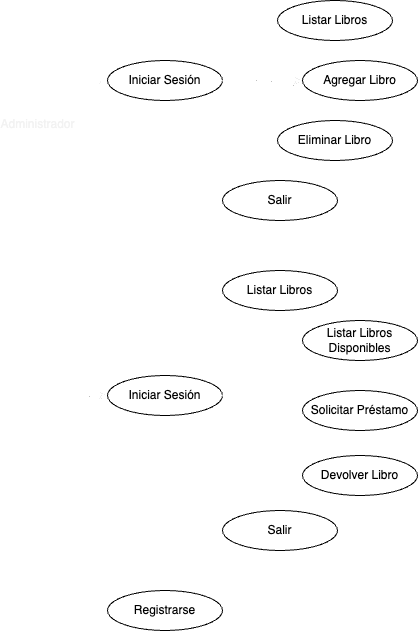
This is images/actores.png from Wueisman/obligatorioPhp, a draw.io export, as it was before one commit. Source tidied: cells renumbered, new cells last; positions are measured from the earlier drawing's top-left corner, leaving out a move shared by most shapes.
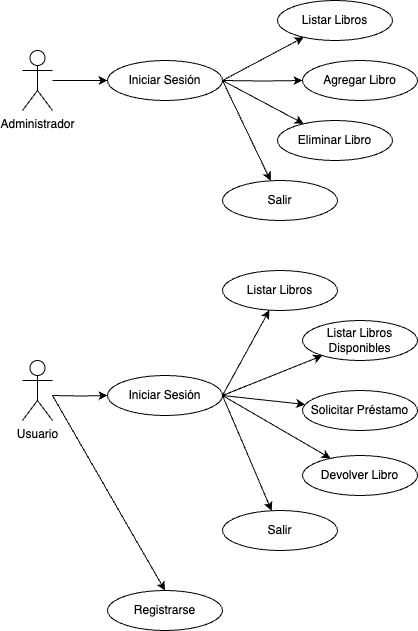
After the commit.

Diff of the diagram source:
```diff
@@ -5,13 +5,13 @@
     <mxCell id="2" style="edgeStyle=orthogonalEdgeStyle;rounded=0;jettySize=auto;html=1;" parent="1" edge="1" source="4" target="6">
       <mxGeometry relative="1" as="geometry" />
     </mxCell>
-    <mxCell id="3" style="edgeStyle=orthogonalEdgeStyle;rounded=0;jettySize=auto;html=1;strokeColor=#ffffff;" parent="1" edge="1" source="4" target="6">
+    <mxCell id="3" style="edgeStyle=orthogonalEdgeStyle;rounded=0;jettySize=auto;html=1;" parent="1" edge="1" source="4" target="6">
       <mxGeometry relative="1" as="geometry" />
     </mxCell>
-    <mxCell id="4" value="Administrador" style="shape=umlActor;verticalLabelPosition=bottom;verticalAlign=top;html=1;outlineConnect=0;strokeColor=#ffffff;fontColor=#F2F2F2;" parent="1" vertex="1">
+    <mxCell id="4" value="Administrador" style="shape=umlActor;verticalLabelPosition=bottom;verticalAlign=top;html=1;outlineConnect=0;" parent="1" vertex="1">
       <mxGeometry y="50" width="30" height="60" as="geometry" />
     </mxCell>
-    <mxCell id="5" value="Usuario" style="shape=umlActor;verticalLabelPosition=bottom;verticalAlign=top;html=1;strokeColor=#ffffff;fontColor=#ffffff;" parent="1" vertex="1">
+    <mxCell id="5" value="Usuario" style="shape=umlActor;verticalLabelPosition=bottom;verticalAlign=top;html=1;" parent="1" vertex="1">
       <mxGeometry y="360" width="30" height="60" as="geometry" />
     </mxCell>
     <mxCell id="6" value="Iniciar Sesión" style="ellipse;whiteSpace=wrap;html=1;verticalAlign=middle;align=center;" parent="1" vertex="1">
@@ -22,7 +22,7 @@
         <mxPoint x="200" y="80" as="sourcePoint" />
       </mxGeometry>
     </mxCell>
-    <mxCell id="8" style="edgeStyle=orthogonalEdgeStyle;rounded=0;jettySize=auto;html=1;strokeColor=#ffffff;" parent="1" edge="1" target="9">
+    <mxCell id="8" style="edgeStyle=orthogonalEdgeStyle;rounded=0;jettySize=auto;html=1;" parent="1" edge="1" target="9">
       <mxGeometry relative="1" as="geometry">
         <mxPoint x="200" y="80" as="sourcePoint" />
       </mxGeometry>
@@ -30,19 +30,19 @@
     <mxCell id="9" value="Agregar Libro" style="ellipse;whiteSpace=wrap;html=1;verticalAlign=middle;align=center;" parent="1" vertex="1">
       <mxGeometry x="280" y="60" width="115" height="40" as="geometry" />
     </mxCell>
-    <mxCell id="10" style="rounded=0;jettySize=auto;html=1;exitX=1;exitY=0.5;exitDx=0;exitDy=0;strokeColor=#ffffff;" parent="1" edge="1" source="6" target="11">
+    <mxCell id="10" style="rounded=0;jettySize=auto;html=1;exitX=1;exitY=0.5;exitDx=0;exitDy=0;" parent="1" edge="1" source="6" target="11">
       <mxGeometry relative="1" as="geometry" />
     </mxCell>
     <mxCell id="11" value="Eliminar Libro" style="ellipse;whiteSpace=wrap;html=1;verticalAlign=middle;align=center;" parent="1" vertex="1">
       <mxGeometry x="255" y="120" width="115" height="40" as="geometry" />
     </mxCell>
-    <mxCell id="12" style="rounded=0;jettySize=auto;html=1;exitX=1;exitY=0.5;exitDx=0;exitDy=0;strokeColor=#ffffff;" parent="1" edge="1" source="6" target="13">
+    <mxCell id="12" style="rounded=0;jettySize=auto;html=1;exitX=1;exitY=0.5;exitDx=0;exitDy=0;" parent="1" edge="1" source="6" target="13">
       <mxGeometry relative="1" as="geometry" />
     </mxCell>
     <mxCell id="13" value="Listar Libros" style="ellipse;whiteSpace=wrap;html=1;verticalAlign=middle;align=center;" parent="1" vertex="1">
       <mxGeometry x="255" width="115" height="40" as="geometry" />
     </mxCell>
-    <mxCell id="14" style="rounded=0;jettySize=auto;html=1;exitX=1;exitY=0.5;exitDx=0;exitDy=0;strokeColor=#ffffff;" parent="1" edge="1" source="6" target="15">
+    <mxCell id="14" style="rounded=0;jettySize=auto;html=1;exitX=1;exitY=0.5;exitDx=0;exitDy=0;" parent="1" edge="1" source="6" target="15">
       <mxGeometry relative="1" as="geometry" />
     </mxCell>
     <mxCell id="15" value="Salir" style="ellipse;whiteSpace=wrap;html=1;verticalAlign=middle;align=center;" parent="1" vertex="1">
@@ -53,7 +53,7 @@
         <mxPoint x="30" y="395" as="sourcePoint" />
       </mxGeometry>
     </mxCell>
-    <mxCell id="17" style="edgeStyle=orthogonalEdgeStyle;rounded=0;jettySize=auto;html=1;strokeColor=#FFFFFF;" parent="1" edge="1" target="18">
+    <mxCell id="17" style="edgeStyle=orthogonalEdgeStyle;rounded=0;jettySize=auto;html=1;" parent="1" edge="1" target="18">
       <mxGeometry relative="1" as="geometry">
         <mxPoint x="30" y="395" as="sourcePoint" />
       </mxGeometry>
@@ -61,7 +61,7 @@
     <mxCell id="18" value="Iniciar Sesión" style="ellipse;whiteSpace=wrap;html=1;verticalAlign=middle;align=center;" parent="1" vertex="1">
       <mxGeometry x="85" y="375" width="115" height="40" as="geometry" />
     </mxCell>
-    <mxCell id="19" style="rounded=0;jettySize=auto;html=1;strokeColor=#ffffff;" parent="1" edge="1" target="20">
+    <mxCell id="19" style="rounded=0;jettySize=auto;html=1;" parent="1" edge="1" target="20">
       <mxGeometry relative="1" as="geometry">
         <mxPoint x="200" y="395" as="sourcePoint" />
       </mxGeometry>
@@ -69,25 +69,25 @@
     <mxCell id="20" value="Listar Libros Disponibles" style="ellipse;whiteSpace=wrap;html=1;verticalAlign=middle;align=center;" parent="1" vertex="1">
       <mxGeometry x="280" y="320" width="115" height="40" as="geometry" />
     </mxCell>
-    <mxCell id="21" style="rounded=0;jettySize=auto;html=1;exitX=1;exitY=0.5;exitDx=0;exitDy=0;strokeColor=#ffffff;" parent="1" edge="1" source="18" target="22">
+    <mxCell id="21" style="rounded=0;jettySize=auto;html=1;exitX=1;exitY=0.5;exitDx=0;exitDy=0;" parent="1" edge="1" source="18" target="22">
       <mxGeometry relative="1" as="geometry" />
     </mxCell>
     <mxCell id="22" value="Solicitar Préstamo" style="ellipse;whiteSpace=wrap;html=1;verticalAlign=middle;align=center;" parent="1" vertex="1">
       <mxGeometry x="280" y="390" width="115" height="40" as="geometry" />
     </mxCell>
-    <mxCell id="23" style="rounded=0;jettySize=auto;html=1;exitX=1;exitY=0.5;exitDx=0;exitDy=0;strokeColor=#ffffff;" parent="1" edge="1" source="18" target="24">
+    <mxCell id="23" style="rounded=0;jettySize=auto;html=1;exitX=1;exitY=0.5;exitDx=0;exitDy=0;" parent="1" edge="1" source="18" target="24">
       <mxGeometry relative="1" as="geometry" />
     </mxCell>
     <mxCell id="24" value="Listar Libros" style="ellipse;whiteSpace=wrap;html=1;verticalAlign=middle;align=center;" parent="1" vertex="1">
       <mxGeometry x="200" y="270" width="115" height="40" as="geometry" />
     </mxCell>
-    <mxCell id="25" style="rounded=0;jettySize=auto;html=1;exitX=1;exitY=0.5;exitDx=0;exitDy=0;strokeColor=#ffffff;" parent="1" edge="1" source="18" target="26">
+    <mxCell id="25" style="rounded=0;jettySize=auto;html=1;exitX=1;exitY=0.5;exitDx=0;exitDy=0;" parent="1" edge="1" source="18" target="26">
       <mxGeometry relative="1" as="geometry" />
     </mxCell>
     <mxCell id="26" value="Devolver Libro" style="ellipse;whiteSpace=wrap;html=1;verticalAlign=middle;align=center;" parent="1" vertex="1">
       <mxGeometry x="280" y="455" width="115" height="40" as="geometry" />
     </mxCell>
-    <mxCell id="27" style="rounded=0;jettySize=auto;html=1;exitX=1;exitY=0.5;exitDx=0;exitDy=0;strokeColor=#ffffff;" parent="1" edge="1" target="28">
+    <mxCell id="27" style="rounded=0;jettySize=auto;html=1;exitX=1;exitY=0.5;exitDx=0;exitDy=0;" parent="1" edge="1" target="28">
       <mxGeometry relative="1" as="geometry">
         <mxPoint x="200" y="395" as="sourcePoint" />
       </mxGeometry>
@@ -95,7 +95,7 @@
     <mxCell id="28" value="Salir" style="ellipse;whiteSpace=wrap;html=1;verticalAlign=middle;align=center;" parent="1" vertex="1">
       <mxGeometry x="200" y="510" width="115" height="40" as="geometry" />
     </mxCell>
-    <mxCell id="29" style="rounded=0;jettySize=auto;html=1;entryX=0.5;entryY=0;entryDx=0;entryDy=0;strokeColor=#ffffff;" parent="1" edge="1" target="30">
+    <mxCell id="29" style="rounded=0;jettySize=auto;html=1;entryX=0.5;entryY=0;entryDx=0;entryDy=0;" parent="1" edge="1" target="30">
       <mxGeometry relative="1" as="geometry">
         <mxPoint x="30" y="395" as="sourcePoint" />
       </mxGeometry>
```
